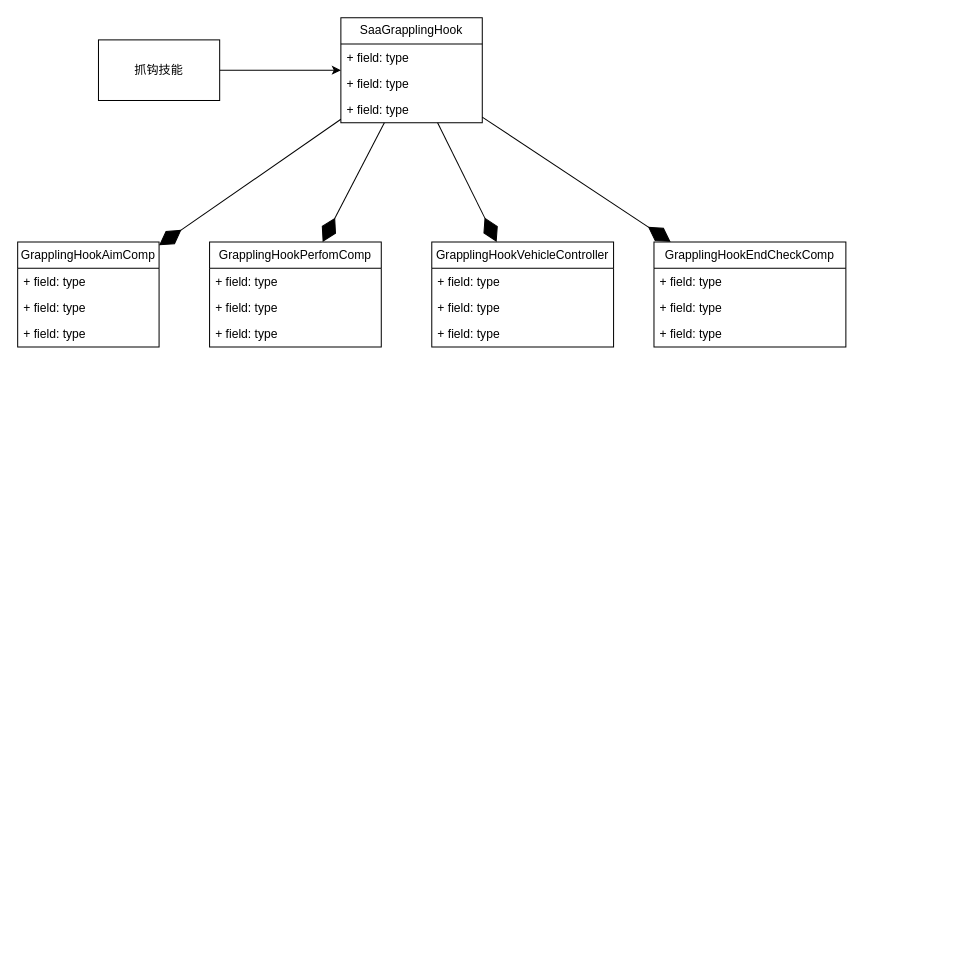
uniHk/UniverseofHK.github.io keeps this draw.io diagram as 钩锁技能.drawio. Above is the earlier version. Source tidied: cells renumbered, new cells numbered last; positions are measured from the earlier drawing's top-left corner, leaving out a move shared by most shapes. Both pictures are drawn from the tidied source at 101%, with x=0, y=0 at pixel (17, 17).
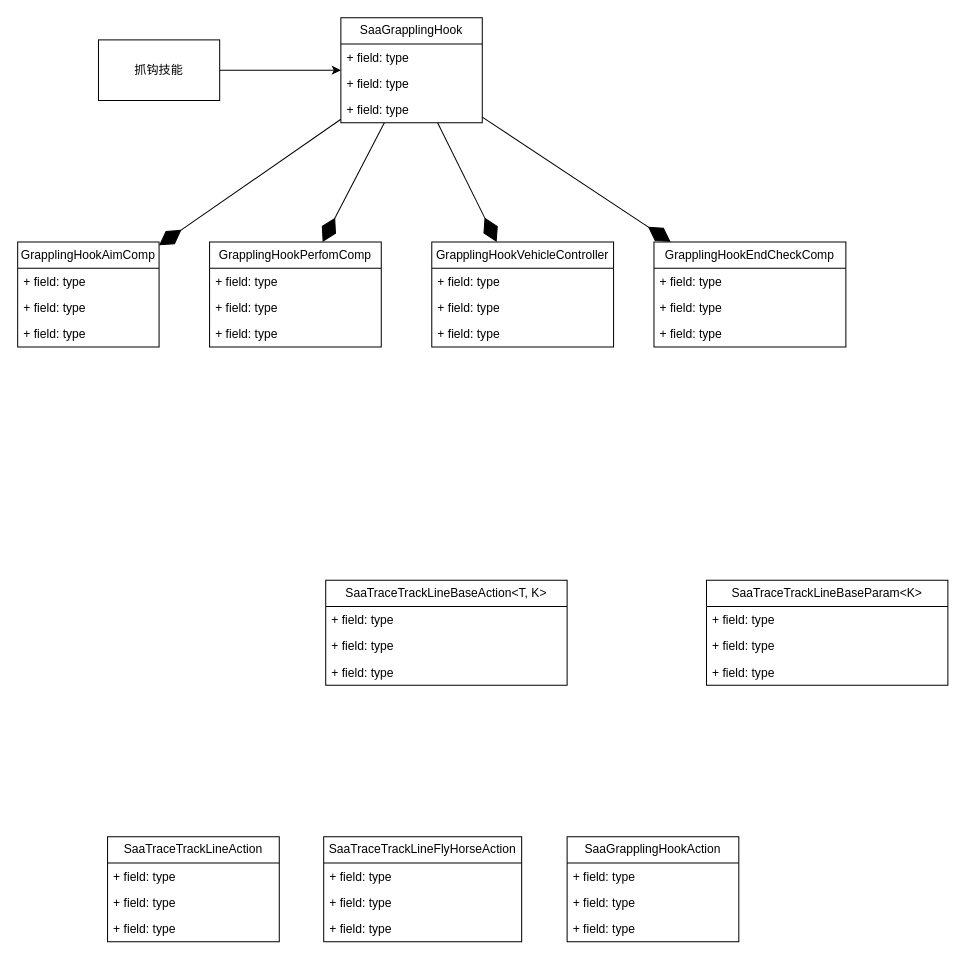
The same diagram, later.

Commit message (it also covers changes not shown here):
更新钩锁技能.drawio

Change to the diagram source:
```diff
@@
+    <mxCell id="28" value="SaaTraceTrackLineAction" style="swimlane;fontStyle=0;horizontal=1;startSize=26;fillColor=none;whiteSpace=wrap;html=1;" parent="1" vertex="1">
+      <mxGeometry x="89" y="811" width="170" height="104" as="geometry" />
+    </mxCell>
+    <mxCell id="29" value="+ field: type" style="text;strokeColor=none;fillColor=none;align=left;verticalAlign=top;spacingLeft=4;spacingRight=4;overflow=hidden;whiteSpace=wrap;html=1;" parent="28" vertex="1">
+      <mxGeometry y="26" width="170" height="26" as="geometry" />
+    </mxCell>
+    <mxCell id="30" value="+ field: type" style="text;strokeColor=none;fillColor=none;align=left;verticalAlign=top;spacingLeft=4;spacingRight=4;overflow=hidden;whiteSpace=wrap;html=1;" parent="28" vertex="1">
+      <mxGeometry y="52" width="170" height="26" as="geometry" />
+    </mxCell>
+    <mxCell id="31" value="+ field: type" style="text;strokeColor=none;fillColor=none;align=left;verticalAlign=top;spacingLeft=4;spacingRight=4;overflow=hidden;whiteSpace=wrap;html=1;" parent="28" vertex="1">
+      <mxGeometry y="78" width="170" height="26" as="geometry" />
+    </mxCell>
+    <mxCell id="32" value="SaaTraceTrackLineBaseAction&amp;lt;T, K&amp;gt;" style="swimlane;fontStyle=0;horizontal=1;startSize=26;fillColor=none;whiteSpace=wrap;html=1;" parent="1" vertex="1">
+      <mxGeometry x="305" y="557" width="239" height="104" as="geometry" />
+    </mxCell>
+    <mxCell id="33" value="+ field: type" style="text;strokeColor=none;fillColor=none;align=left;verticalAlign=top;spacingLeft=4;spacingRight=4;overflow=hidden;whiteSpace=wrap;html=1;" parent="32" vertex="1">
+      <mxGeometry y="26" width="239" height="26" as="geometry" />
+    </mxCell>
+    <mxCell id="34" value="+ field: type" style="text;strokeColor=none;fillColor=none;align=left;verticalAlign=top;spacingLeft=4;spacingRight=4;overflow=hidden;whiteSpace=wrap;html=1;" parent="32" vertex="1">
+      <mxGeometry y="52" width="239" height="26" as="geometry" />
+    </mxCell>
+    <mxCell id="35" value="+ field: type" style="text;strokeColor=none;fillColor=none;align=left;verticalAlign=top;spacingLeft=4;spacingRight=4;overflow=hidden;whiteSpace=wrap;html=1;" parent="32" vertex="1">
+      <mxGeometry y="78" width="239" height="26" as="geometry" />
+    </mxCell>
+    <mxCell id="36" value="SaaTraceTrackLineFlyHorseAction" style="swimlane;fontStyle=0;horizontal=1;startSize=26;fillColor=none;whiteSpace=wrap;html=1;" parent="1" vertex="1">
+      <mxGeometry x="303" y="811" width="196" height="104" as="geometry" />
+    </mxCell>
+    <mxCell id="37" value="+ field: type" style="text;strokeColor=none;fillColor=none;align=left;verticalAlign=top;spacingLeft=4;spacingRight=4;overflow=hidden;whiteSpace=wrap;html=1;" parent="36" vertex="1">
+      <mxGeometry y="26" width="196" height="26" as="geometry" />
+    </mxCell>
+    <mxCell id="38" value="+ field: type" style="text;strokeColor=none;fillColor=none;align=left;verticalAlign=top;spacingLeft=4;spacingRight=4;overflow=hidden;whiteSpace=wrap;html=1;" parent="36" vertex="1">
+      <mxGeometry y="52" width="196" height="26" as="geometry" />
+    </mxCell>
+    <mxCell id="39" value="+ field: type" style="text;strokeColor=none;fillColor=none;align=left;verticalAlign=top;spacingLeft=4;spacingRight=4;overflow=hidden;whiteSpace=wrap;html=1;" parent="36" vertex="1">
+      <mxGeometry y="78" width="196" height="26" as="geometry" />
+    </mxCell>
+    <mxCell id="40" value="SaaGrapplingHookAction" style="swimlane;fontStyle=0;horizontal=1;startSize=26;fillColor=none;whiteSpace=wrap;html=1;" parent="1" vertex="1">
+      <mxGeometry x="544" y="811" width="170" height="104" as="geometry" />
+    </mxCell>
+    <mxCell id="41" value="+ field: type" style="text;strokeColor=none;fillColor=none;align=left;verticalAlign=top;spacingLeft=4;spacingRight=4;overflow=hidden;whiteSpace=wrap;html=1;" parent="40" vertex="1">
+      <mxGeometry y="26" width="170" height="26" as="geometry" />
+    </mxCell>
+    <mxCell id="42" value="+ field: type" style="text;strokeColor=none;fillColor=none;align=left;verticalAlign=top;spacingLeft=4;spacingRight=4;overflow=hidden;whiteSpace=wrap;html=1;" parent="40" vertex="1">
+      <mxGeometry y="52" width="170" height="26" as="geometry" />
+    </mxCell>
+    <mxCell id="43" value="+ field: type" style="text;strokeColor=none;fillColor=none;align=left;verticalAlign=top;spacingLeft=4;spacingRight=4;overflow=hidden;whiteSpace=wrap;html=1;" parent="40" vertex="1">
+      <mxGeometry y="78" width="170" height="26" as="geometry" />
+    </mxCell>
+    <mxCell id="44" value="SaaTraceTrackLineBaseParam&amp;lt;K&amp;gt;" style="swimlane;fontStyle=0;horizontal=1;startSize=26;fillColor=none;whiteSpace=wrap;html=1;" parent="1" vertex="1">
+      <mxGeometry x="682" y="557" width="239" height="104" as="geometry" />
+    </mxCell>
+    <mxCell id="45" value="+ field: type" style="text;strokeColor=none;fillColor=none;align=left;verticalAlign=top;spacingLeft=4;spacingRight=4;overflow=hidden;whiteSpace=wrap;html=1;" parent="44" vertex="1">
+      <mxGeometry y="26" width="239" height="26" as="geometry" />
+    </mxCell>
+    <mxCell id="46" value="+ field: type" style="text;strokeColor=none;fillColor=none;align=left;verticalAlign=top;spacingLeft=4;spacingRight=4;overflow=hidden;whiteSpace=wrap;html=1;" parent="44" vertex="1">
+      <mxGeometry y="52" width="239" height="26" as="geometry" />
+    </mxCell>
+    <mxCell id="47" value="+ field: type" style="text;strokeColor=none;fillColor=none;align=left;verticalAlign=top;spacingLeft=4;spacingRight=4;overflow=hidden;whiteSpace=wrap;html=1;" parent="44" vertex="1">
+      <mxGeometry y="78" width="239" height="26" as="geometry" />
+    </mxCell>
```
